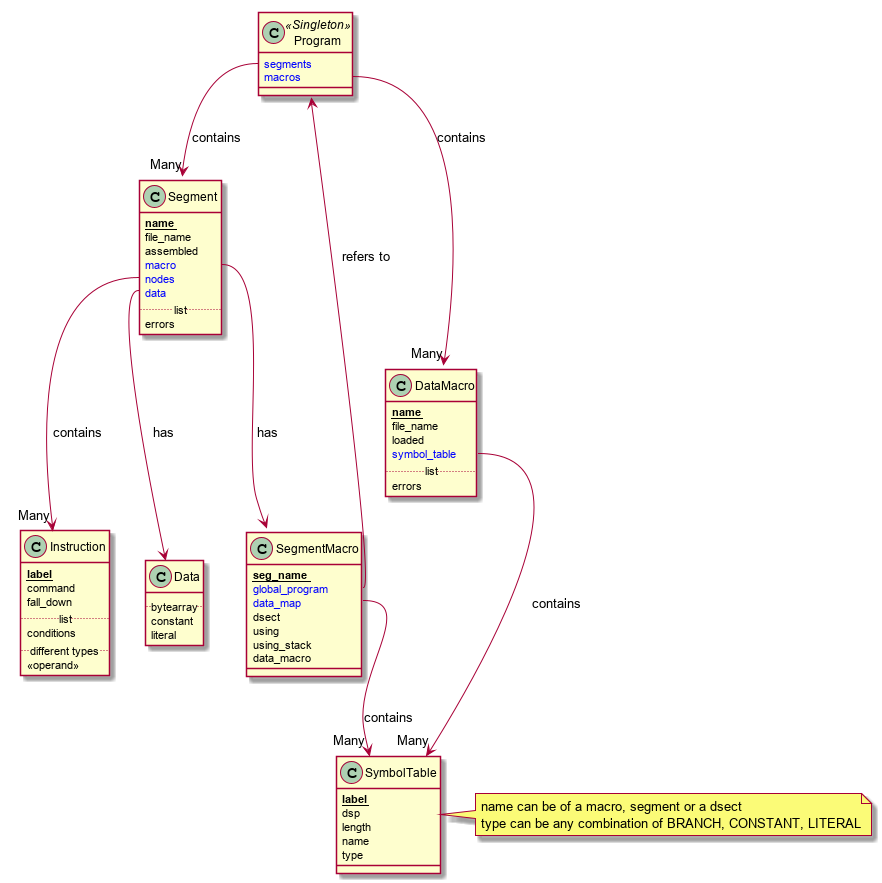
This is documentation/High_level_class_design.png from crazynayan/tpf1, a PlantUML export, as it was before one commit.
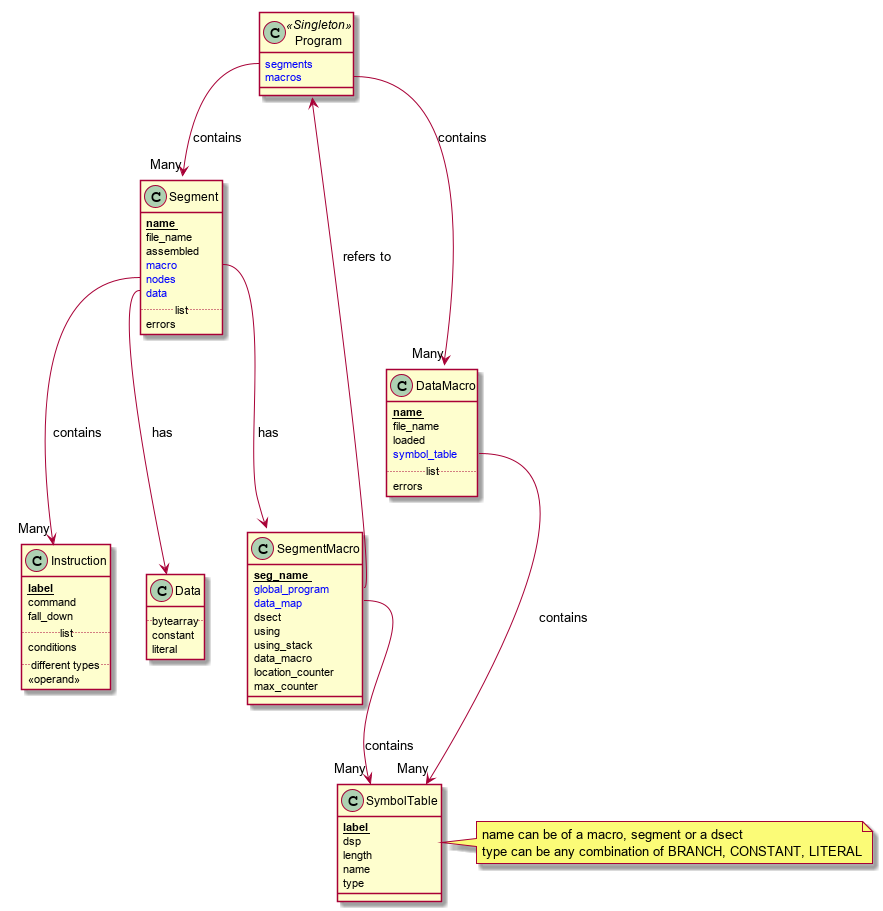
Above is the later version.

Commit message:
Location counter in macro

What changed in the source:
```diff
@@ -46,6 +46,8 @@
     using
     using_stack
     data_macro
+    location_counter
+    max_counter
 }
 
 
```
